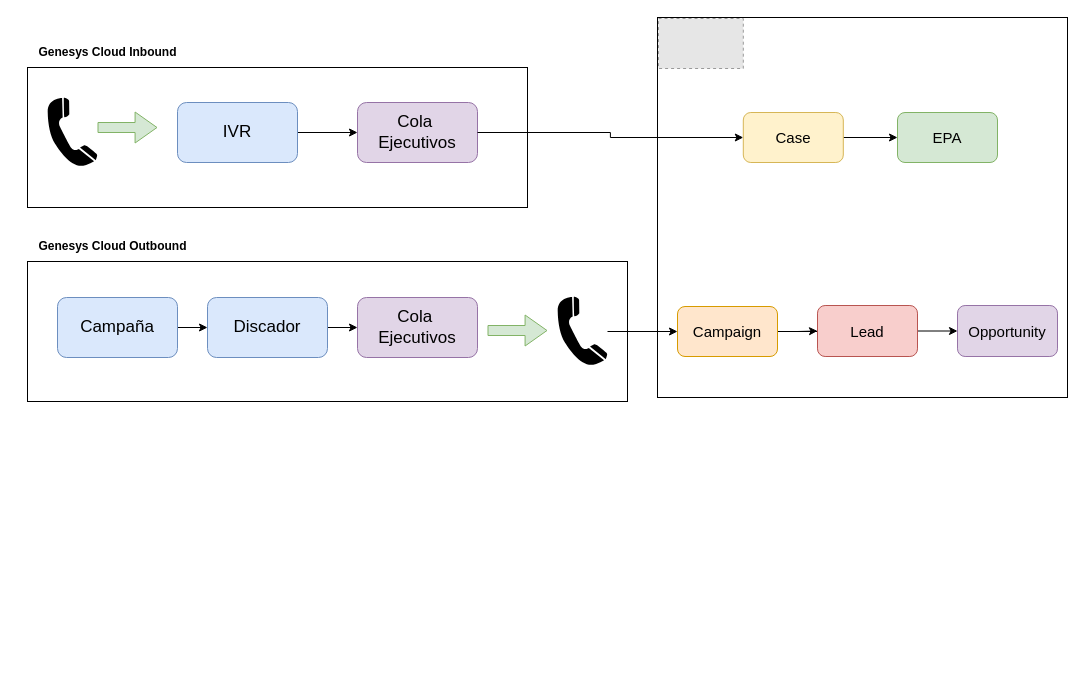
Earlier version of the draw.io diagram ppt.drawio (nonate/personalProject). Source tidied: cells renumbered, new cells numbered last; positions are measured from the earlier drawing's top-left corner, leaving out a move shared by most shapes. Both pictures are drawn from the tidied source at 100%, with x=0, y=0 at pixel (27, 17). Pictures stored in the file or linked from it are replaced by grey dashed boxes.
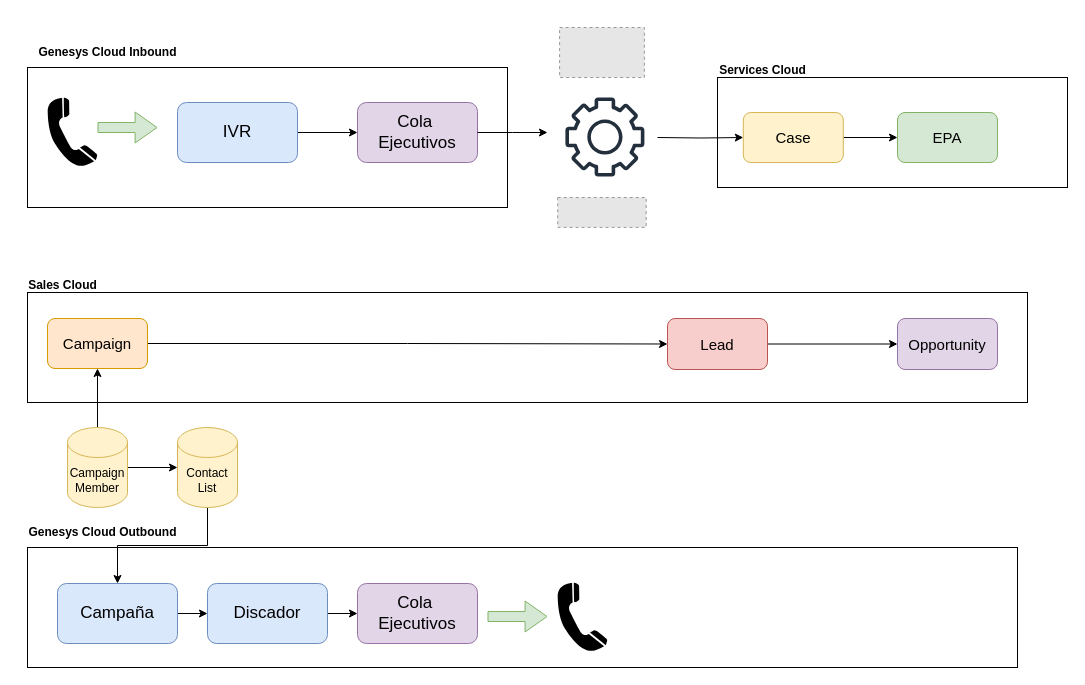
The same diagram, later.

Unchanged cells that the change refers to:
```xml
<mxCell id="12" value="&lt;font style=&quot;font-size: 17px;&quot;&gt;Cola&amp;nbsp; Ejecutivos&lt;/font&gt;" style="rounded=1;whiteSpace=wrap;html=1;fillColor=#e1d5e7;strokeColor=#9673a6;" parent="1" vertex="1">
  <mxGeometry x="330" y="85" width="120" height="60" as="geometry" />
</mxCell>
<mxCell id="27" value="&lt;font style=&quot;font-size: 15px;&quot;&gt;Case&lt;/font&gt;" style="rounded=1;whiteSpace=wrap;html=1;fillColor=#fff2cc;strokeColor=#d6b656;" parent="1" vertex="1">
  <mxGeometry x="715.8" y="95" width="100" height="50" as="geometry" />
</mxCell>
```

Diff of the diagram source:
```diff
@@
+    <mxCell id="31" style="rounded=0;whiteSpace=wrap;html=1;" parent="1" vertex="1">
+      <mxGeometry y="275" width="1000" height="110" as="geometry" />
+    </mxCell>
     <mxCell id="2" style="rounded=0;whiteSpace=wrap;html=1;" parent="1" vertex="1">
-      <mxGeometry y="50" width="500" height="140" as="geometry" />
+      <mxGeometry y="50" width="480" height="140" as="geometry" />
     </mxCell>
@@
     <mxCell id="4" style="rounded=0;whiteSpace=wrap;html=1;" parent="1" vertex="1">
-      <mxGeometry y="244" width="600" height="140" as="geometry" />
+      <mxGeometry y="530" width="990" height="120" as="geometry" />
     </mxCell>
     <mxCell id="5" style="shape=mxgraph.signs.tech.telephone_3;html=1;fillColor=#000000;strokeColor=none;verticalLabelPosition=bottom;verticalAlign=top;align=center;" parent="1" vertex="1">
-      <mxGeometry x="530" y="279" width="50" height="70" as="geometry" />
+      <mxGeometry x="530" y="565" width="50" height="70" as="geometry" />
     </mxCell>
@@
     <mxCell id="8" value="&lt;b&gt;Genesys Cloud Outbound&lt;/b&gt;" style="text;html=1;align=center;verticalAlign=middle;strokeColor=none;fillColor=none;" parent="1" vertex="1">
-      <mxGeometry y="214" width="170" height="30" as="geometry" />
+      <mxGeometry x="-10" y="500" width="170" height="30" as="geometry" />
     </mxCell>
     <mxCell id="9" style="shape=flexArrow;endArrow=classic;html=1;rounded=0;endWidth=20;endSize=6.97;fillColor=#d5e8d4;strokeColor=#82b366;" parent="1" edge="1">
       <mxGeometry relative="1" as="geometry">
-        <mxPoint x="460" y="313" as="sourcePoint" />
-        <mxPoint x="520" y="313" as="targetPoint" />
+        <mxPoint x="460" y="599" as="sourcePoint" />
+        <mxPoint x="520" y="599" as="targetPoint" />
       </mxGeometry>
     </mxCell>
@@
     <mxCell id="14" value="&lt;font style=&quot;font-size: 17px;&quot;&gt;Campaña&lt;/font&gt;" style="rounded=1;whiteSpace=wrap;html=1;fillColor=#dae8fc;strokeColor=#6c8ebf;" parent="1" vertex="1">
-      <mxGeometry x="30" y="280" width="120" height="60" as="geometry" />
+      <mxGeometry x="30" y="566" width="120" height="60" as="geometry" />
     </mxCell>
@@
     <mxCell id="16" value="&lt;font style=&quot;font-size: 17px;&quot;&gt;Discador&lt;/font&gt;" style="rounded=1;whiteSpace=wrap;html=1;fillColor=#dae8fc;strokeColor=#6c8ebf;" parent="1" vertex="1">
-      <mxGeometry x="180" y="280" width="120" height="60" as="geometry" />
+      <mxGeometry x="180" y="566" width="120" height="60" as="geometry" />
     </mxCell>
     <mxCell id="17" value="&lt;font style=&quot;font-size: 17px;&quot;&gt;Cola&amp;nbsp; Ejecutivos&lt;/font&gt;" style="rounded=1;whiteSpace=wrap;html=1;fillColor=#e1d5e7;strokeColor=#9673a6;" parent="1" vertex="1">
-      <mxGeometry x="330" y="280" width="120" height="60" as="geometry" />
+      <mxGeometry x="330" y="566" width="120" height="60" as="geometry" />
     </mxCell>
     <mxCell id="18" style="rounded=0;whiteSpace=wrap;html=1;" parent="1" vertex="1">
-      <mxGeometry x="630" width="410" height="380" as="geometry" />
+      <mxGeometry x="690" y="60" width="350" height="110" as="geometry" />
     </mxCell>
-    <mxCell id="19" style="fillColor=#E6E6E6;strokeColor=#999999;dashed=1;verticalLabelPosition=bottom;labelBackgroundColor=default;verticalAlign=top;" parent="1" vertex="1">
-      <mxGeometry x="631" y="1" width="84.8" height="50" as="geometry" />
-    </mxCell>
@@
-    <mxCell id="21" style="edgeStyle=orthogonalEdgeStyle;rounded=0;jettySize=auto;html=1;" parent="1" edge="1" source="22">
-      <mxGeometry relative="1" as="geometry">
-        <mxPoint x="830" y="305" as="targetPoint" />
-      </mxGeometry>
-    </mxCell>
     <mxCell id="22" value="&lt;font style=&quot;font-size: 15px;&quot;&gt;Campaign&lt;/font&gt;" style="rounded=1;whiteSpace=wrap;html=1;fillColor=#ffe6cc;strokeColor=#d79b00;" parent="1" vertex="1">
-      <mxGeometry x="650" y="289" width="100" height="50" as="geometry" />
+      <mxGeometry x="20" y="301" width="100" height="50" as="geometry" />
     </mxCell>
@@
     <mxCell id="24" value="&lt;font style=&quot;font-size: 15px;&quot;&gt;Lead&lt;/font&gt;" style="rounded=1;whiteSpace=wrap;html=1;fillColor=#f8cecc;strokeColor=#b85450;" parent="1" vertex="1">
-      <mxGeometry x="790" y="288" width="100" height="51" as="geometry" />
+      <mxGeometry x="640" y="301" width="100" height="51" as="geometry" />
     </mxCell>
     <mxCell id="25" value="&lt;font style=&quot;font-size: 15px;&quot;&gt;Opportunity&lt;/font&gt;" style="rounded=1;whiteSpace=wrap;html=1;fillColor=#e1d5e7;strokeColor=#9673a6;" parent="1" vertex="1">
-      <mxGeometry x="930" y="288" width="100" height="51" as="geometry" />
+      <mxGeometry x="870" y="301" width="100" height="51" as="geometry" />
     </mxCell>
@@
-    <mxCell id="28" style="edgeStyle=orthogonalEdgeStyle;rounded=0;jettySize=auto;html=1;" parent="1" edge="1" source="5" target="22">
-      <mxGeometry relative="1" as="geometry" />
-    </mxCell>
@@
-    <mxCell id="30" style="edgeStyle=orthogonalEdgeStyle;rounded=0;jettySize=auto;html=1;" parent="1" edge="1" source="12" target="27">
-      <mxGeometry relative="1" as="geometry" />
+    <mxCell id="30" style="edgeStyle=orthogonalEdgeStyle;rounded=0;jettySize=auto;html=1;" parent="1" edge="1" target="27">
+      <mxGeometry relative="1" as="geometry">
+        <mxPoint x="630" y="120" as="sourcePoint" />
+      </mxGeometry>
     </mxCell>
+    <mxCell id="32" style="edgeStyle=orthogonalEdgeStyle;rounded=0;jettySize=auto;html=1;" parent="1" edge="1" source="12">
+      <mxGeometry relative="1" as="geometry">
+        <mxPoint x="520" y="115" as="targetPoint" />
+      </mxGeometry>
+    </mxCell>
+    <mxCell id="33" style="sketch=0;fontColor=#232F3E;gradientColor=none;fillColor=#232F3D;strokeColor=none;dashed=0;verticalLabelPosition=bottom;verticalAlign=top;align=center;html=1;fontSize=12;fontStyle=0;shape=mxgraph.aws4.gear;" parent="1" vertex="1">
+      <mxGeometry x="537.9" y="80" width="79" height="79" as="geometry" />
+    </mxCell>
+    <mxCell id="34" style="fillColor=#E6E6E6;strokeColor=#999999;dashed=1;verticalLabelPosition=bottom;labelBackgroundColor=default;verticalAlign=top;" parent="1" vertex="1">
+      <mxGeometry x="532.1" y="10" width="84.8" height="50" as="geometry" />
+    </mxCell>
+    <mxCell id="35" style="fillColor=#E6E6E6;strokeColor=#999999;dashed=1;verticalLabelPosition=bottom;labelBackgroundColor=default;verticalAlign=top;" parent="1" vertex="1">
+      <mxGeometry x="530.2" y="180" width="88.5" height="29.9" as="geometry" />
+    </mxCell>
+    <mxCell id="36" value="&lt;b&gt;Services Cloud&lt;/b&gt;" style="text;html=1;align=center;verticalAlign=middle;strokeColor=none;fillColor=none;" parent="1" vertex="1">
+      <mxGeometry x="680" y="38" width="110" height="30" as="geometry" />
+    </mxCell>
+    <mxCell id="37" value="&lt;b&gt;Sales Cloud&lt;/b&gt;" style="text;html=1;align=center;verticalAlign=middle;strokeColor=none;fillColor=none;" parent="1" vertex="1">
+      <mxGeometry x="-10" y="253" width="90" height="30" as="geometry" />
+    </mxCell>
+    <mxCell id="38" style="edgeStyle=orthogonalEdgeStyle;rounded=0;jettySize=auto;html=1;" parent="1" edge="1" source="40" target="22">
+      <mxGeometry relative="1" as="geometry" />
+    </mxCell>
+    <mxCell id="39" style="edgeStyle=orthogonalEdgeStyle;rounded=0;jettySize=auto;html=1;entryX=0;entryY=0.5;entryDx=0;entryDy=0;entryPerimeter=0;" parent="1" edge="1" source="40" target="42">
+      <mxGeometry relative="1" as="geometry" />
+    </mxCell>
+    <mxCell id="40" value="Campaign&lt;br&gt;Member" style="shape=cylinder3;whiteSpace=wrap;html=1;boundedLbl=1;backgroundOutline=1;size=15;fillColor=#fff2cc;strokeColor=#d6b656;" parent="1" vertex="1">
+      <mxGeometry x="40" y="410" width="60" height="80" as="geometry" />
+    </mxCell>
+    <mxCell id="41" style="edgeStyle=orthogonalEdgeStyle;rounded=0;jettySize=auto;html=1;" parent="1" edge="1" source="42" target="14">
+      <mxGeometry relative="1" as="geometry" />
+    </mxCell>
+    <mxCell id="42" value="Contact&lt;br&gt;List" style="shape=cylinder3;whiteSpace=wrap;html=1;boundedLbl=1;backgroundOutline=1;size=15;fillColor=#fff2cc;strokeColor=#d6b656;" parent="1" vertex="1">
+      <mxGeometry x="150" y="410" width="60" height="80" as="geometry" />
+    </mxCell>
```
